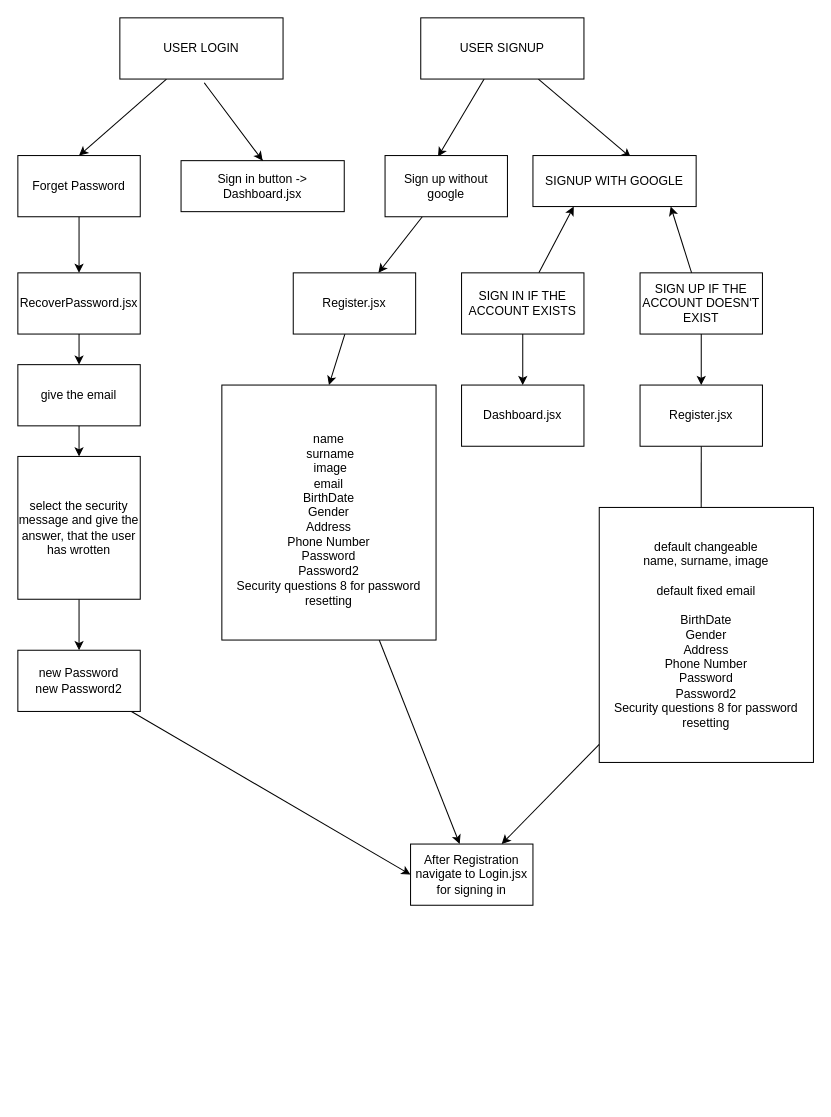
Earlier version of the draw.io diagram .drawio (miqo221/social_media_platform). Source tidied: cells renumbered, new cells numbered last; positions are measured from the earlier drawing's top-left corner, leaving out a move shared by most shapes. Both pictures are drawn from the tidied source at 102%, with x=0, y=0 at pixel (17, 17).
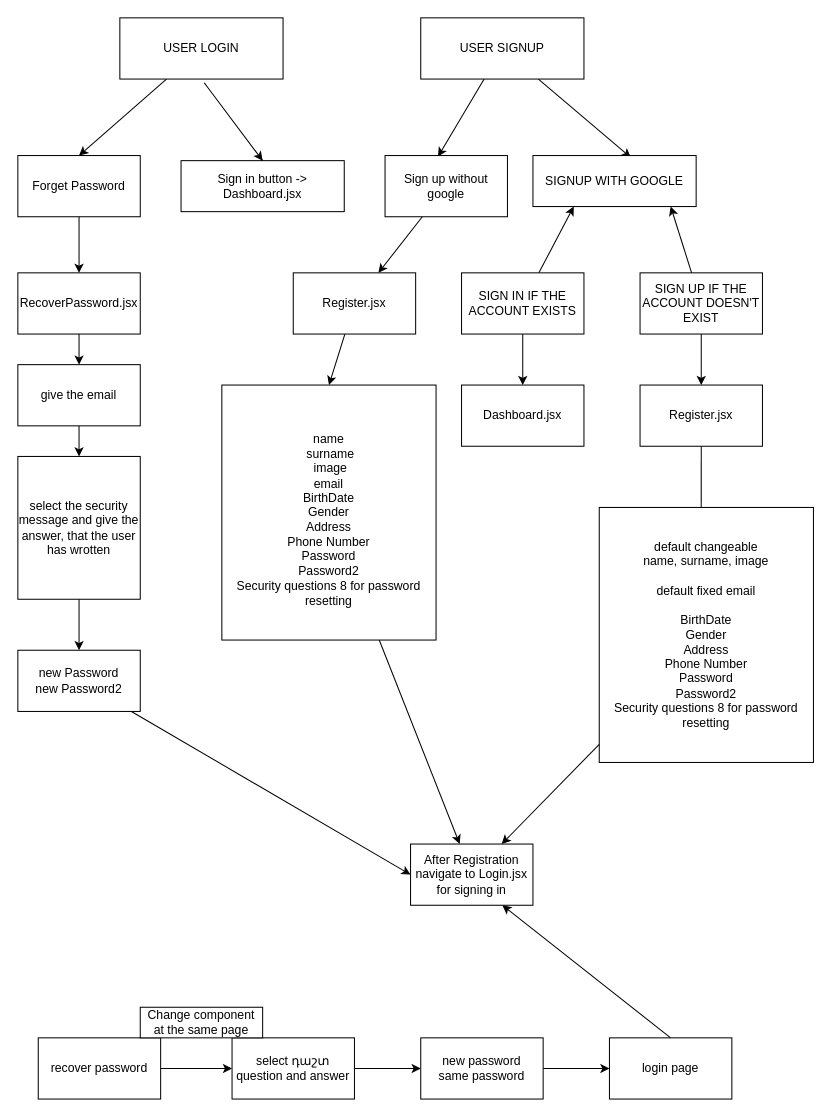
The same page after the edit.

The change refers to these unchanged cells:
```xml
<mxCell id="31" value="After Registration navigate to Login.jsx for signing in" style="rounded=0;whiteSpace=wrap;html=1;" parent="1" vertex="1">
  <mxGeometry x="385" y="810" width="120" height="60" as="geometry" />
</mxCell>
```

Change to the diagram source:
```diff
@@
+    <mxCell id="38" style="edgeStyle=none;html=1;exitX=1;exitY=0.5;exitDx=0;exitDy=0;entryX=0;entryY=0.5;entryDx=0;entryDy=0;" parent="1" edge="1" source="39" target="41">
+      <mxGeometry relative="1" as="geometry" />
+    </mxCell>
+    <mxCell id="39" value="recover password" style="rounded=0;whiteSpace=wrap;html=1;" parent="1" vertex="1">
+      <mxGeometry x="20" y="1000" width="120" height="60" as="geometry" />
+    </mxCell>
+    <mxCell id="40" style="edgeStyle=none;html=1;exitX=1;exitY=0.5;exitDx=0;exitDy=0;" parent="1" edge="1" source="41" target="44">
+      <mxGeometry relative="1" as="geometry" />
+    </mxCell>
+    <mxCell id="41" value="select դաշտ&lt;br&gt;question and answer" style="rounded=0;whiteSpace=wrap;html=1;" parent="1" vertex="1">
+      <mxGeometry x="210" y="1000" width="120" height="60" as="geometry" />
+    </mxCell>
+    <mxCell id="42" value="Change component at the same page" style="rounded=0;whiteSpace=wrap;html=1;" parent="1" vertex="1">
+      <mxGeometry x="120" y="970" width="120" height="30" as="geometry" />
+    </mxCell>
+    <mxCell id="43" style="edgeStyle=none;html=1;exitX=1;exitY=0.5;exitDx=0;exitDy=0;" parent="1" edge="1" source="44" target="46">
+      <mxGeometry relative="1" as="geometry" />
+    </mxCell>
+    <mxCell id="44" value="new password&lt;br&gt;same password" style="rounded=0;whiteSpace=wrap;html=1;" parent="1" vertex="1">
+      <mxGeometry x="395" y="1000" width="120" height="60" as="geometry" />
+    </mxCell>
+    <mxCell id="45" style="edgeStyle=none;html=1;exitX=0.5;exitY=0;exitDx=0;exitDy=0;entryX=0.75;entryY=1;entryDx=0;entryDy=0;" parent="1" edge="1" source="46" target="31">
+      <mxGeometry relative="1" as="geometry" />
+    </mxCell>
+    <mxCell id="46" value="login page" style="rounded=0;whiteSpace=wrap;html=1;" parent="1" vertex="1">
+      <mxGeometry x="580" y="1000" width="120" height="60" as="geometry" />
+    </mxCell>
```
